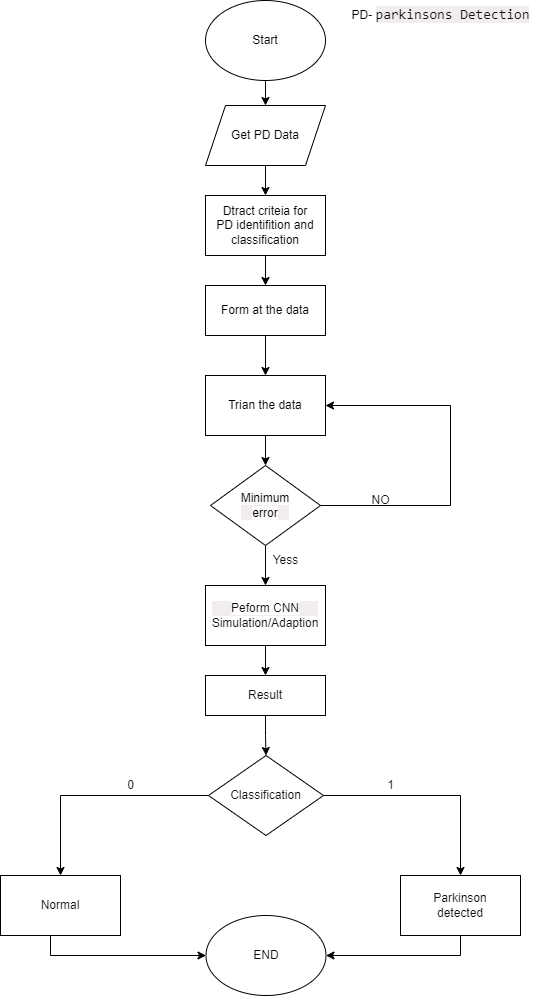
Above: perkinson Diagram.drawio.png in thesourabhk/finalYearProject (draw.io), before the change. Source tidied: cells renumbered, new cells last; positions are measured from the earlier drawing's top-left corner, leaving out a move shared by most shapes. Source of this version:
```xml
<mxGraphModel>
  <root>
    <mxCell id="0" />
    <mxCell id="1" parent="0" />
    <mxCell id="2" style="edgeStyle=orthogonalEdgeStyle;rounded=0;jettySize=auto;html=1;entryX=0.5;entryY=0;entryDx=0;entryDy=0;fontColor=#0d0d0d;" parent="1" edge="1" source="3" target="5">
      <mxGeometry relative="1" as="geometry" />
    </mxCell>
    <mxCell id="3" value="Start" style="ellipse;whiteSpace=wrap;html=1;" parent="1" vertex="1">
      <mxGeometry x="205" width="120" height="80" as="geometry" />
    </mxCell>
    <mxCell id="4" style="edgeStyle=orthogonalEdgeStyle;rounded=0;jettySize=auto;html=1;entryX=0.5;entryY=0;entryDx=0;entryDy=0;fontColor=#0d0d0d;" parent="1" edge="1" source="5" target="7">
      <mxGeometry relative="1" as="geometry" />
    </mxCell>
    <mxCell id="5" value="Get PD Data" style="shape=parallelogram;perimeter=parallelogramPerimeter;whiteSpace=wrap;html=1;fixedSize=1;" parent="1" vertex="1">
      <mxGeometry x="205" y="105" width="120" height="60" as="geometry" />
    </mxCell>
    <mxCell id="6" style="edgeStyle=orthogonalEdgeStyle;rounded=0;jettySize=auto;html=1;entryX=0.5;entryY=0;entryDx=0;entryDy=0;fontColor=#0d0d0d;" parent="1" edge="1" source="7" target="9">
      <mxGeometry relative="1" as="geometry" />
    </mxCell>
    <mxCell id="7" value="Dtract criteia for&lt;br&gt;PD identifition and&lt;br&gt;classification" style="rounded=0;whiteSpace=wrap;html=1;" parent="1" vertex="1">
      <mxGeometry x="205" y="195" width="120" height="60" as="geometry" />
    </mxCell>
    <mxCell id="8" style="edgeStyle=orthogonalEdgeStyle;rounded=0;jettySize=auto;html=1;entryX=0.5;entryY=0;entryDx=0;entryDy=0;fontColor=#0d0d0d;" parent="1" edge="1" source="9" target="11">
      <mxGeometry relative="1" as="geometry" />
    </mxCell>
    <mxCell id="9" value="Form at the data" style="rounded=0;whiteSpace=wrap;html=1;" parent="1" vertex="1">
      <mxGeometry x="205" y="285" width="120" height="50" as="geometry" />
    </mxCell>
    <mxCell id="10" style="edgeStyle=orthogonalEdgeStyle;rounded=0;jettySize=auto;html=1;entryX=0.5;entryY=0;entryDx=0;entryDy=0;fontColor=#0d0d0d;" parent="1" edge="1" source="11" target="15">
      <mxGeometry relative="1" as="geometry" />
    </mxCell>
    <mxCell id="11" value="Trian the data" style="rounded=0;whiteSpace=wrap;html=1;" parent="1" vertex="1">
      <mxGeometry x="205" y="375" width="120" height="60" as="geometry" />
    </mxCell>
    <mxCell id="12" value="PD-&amp;nbsp;&lt;span style=&quot;font-family: monospace, Consolas, &amp;quot;Courier New&amp;quot;, monospace; font-size: 14px; background-color: rgb(242, 237, 237);&quot;&gt;&lt;font color=&quot;#0d0d0d&quot;&gt;parkinsons Detection&lt;/font&gt;&lt;/span&gt;" style="text;html=1;align=center;verticalAlign=middle;strokeColor=none;fillColor=none;" parent="1" vertex="1">
      <mxGeometry x="340" width="200" height="30" as="geometry" />
    </mxCell>
    <mxCell id="13" style="edgeStyle=orthogonalEdgeStyle;rounded=0;jettySize=auto;html=1;fontColor=#0d0d0d;" parent="1" edge="1" source="15" target="11">
      <mxGeometry relative="1" as="geometry">
        <Array as="points">
          <mxPoint x="450" y="505" />
          <mxPoint x="450" y="405" />
        </Array>
      </mxGeometry>
    </mxCell>
    <mxCell id="14" style="edgeStyle=orthogonalEdgeStyle;rounded=0;jettySize=auto;html=1;entryX=0.5;entryY=0;entryDx=0;entryDy=0;fontColor=#0d0d0d;" parent="1" edge="1" source="15" target="18">
      <mxGeometry relative="1" as="geometry" />
    </mxCell>
    <mxCell id="15" value="&lt;span style=&quot;color: rgb(0, 0, 0); background-color: rgb(251, 251, 251);&quot;&gt;Minimum&lt;br&gt;error&lt;br&gt;&lt;/span&gt;" style="rhombus;whiteSpace=wrap;html=1;labelBackgroundColor=#f2eded;fontColor=#0d0d0d;" parent="1" vertex="1">
      <mxGeometry x="210" y="465" width="110" height="80" as="geometry" />
    </mxCell>
    <mxCell id="16" value="NO" style="text;html=1;align=center;verticalAlign=middle;strokeColor=none;fillColor=none;fontColor=#0d0d0d;" parent="1" vertex="1">
      <mxGeometry x="360" y="485" width="40" height="30" as="geometry" />
    </mxCell>
    <mxCell id="17" style="edgeStyle=orthogonalEdgeStyle;rounded=0;jettySize=auto;html=1;entryX=0.5;entryY=0;entryDx=0;entryDy=0;fontColor=#0d0d0d;" parent="1" edge="1" source="18" target="20">
      <mxGeometry relative="1" as="geometry" />
    </mxCell>
    <mxCell id="18" value="&lt;span style=&quot;background-color: rgb(255, 255, 255);&quot;&gt;Peform CNN&lt;br&gt;Simulation/Adaption&lt;br&gt;&lt;/span&gt;" style="rounded=0;whiteSpace=wrap;html=1;labelBackgroundColor=#f2eded;fontColor=#0d0d0d;" parent="1" vertex="1">
      <mxGeometry x="205" y="585" width="120" height="60" as="geometry" />
    </mxCell>
    <mxCell id="19" style="edgeStyle=orthogonalEdgeStyle;rounded=0;jettySize=auto;html=1;entryX=0.5;entryY=0;entryDx=0;entryDy=0;fontColor=#0d0d0d;" parent="1" edge="1" source="20" target="23">
      <mxGeometry relative="1" as="geometry" />
    </mxCell>
    <mxCell id="20" value="Result" style="rounded=0;whiteSpace=wrap;html=1;labelBackgroundColor=#FFFFFF;fontColor=#0d0d0d;" parent="1" vertex="1">
      <mxGeometry x="205" y="675" width="120" height="40" as="geometry" />
    </mxCell>
    <mxCell id="21" style="edgeStyle=orthogonalEdgeStyle;rounded=0;jettySize=auto;html=1;fontColor=#0d0d0d;entryX=0.5;entryY=0;entryDx=0;entryDy=0;" parent="1" edge="1" source="23" target="27">
      <mxGeometry relative="1" as="geometry">
        <Array as="points">
          <mxPoint x="60" y="795" />
        </Array>
      </mxGeometry>
    </mxCell>
    <mxCell id="22" style="edgeStyle=orthogonalEdgeStyle;rounded=0;jettySize=auto;html=1;fontColor=#0d0d0d;entryX=0.5;entryY=0;entryDx=0;entryDy=0;" parent="1" edge="1" source="23" target="25">
      <mxGeometry relative="1" as="geometry">
        <Array as="points">
          <mxPoint x="460" y="795" />
        </Array>
      </mxGeometry>
    </mxCell>
    <mxCell id="23" value="Classification" style="rhombus;whiteSpace=wrap;html=1;labelBackgroundColor=#FFFFFF;fontColor=#0d0d0d;" parent="1" vertex="1">
      <mxGeometry x="208" y="755" width="115" height="80" as="geometry" />
    </mxCell>
    <mxCell id="24" style="edgeStyle=orthogonalEdgeStyle;rounded=0;jettySize=auto;html=1;fontColor=#0d0d0d;entryX=1;entryY=0.5;entryDx=0;entryDy=0;" parent="1" edge="1" source="25" target="28">
      <mxGeometry relative="1" as="geometry">
        <Array as="points">
          <mxPoint x="460" y="955" />
        </Array>
      </mxGeometry>
    </mxCell>
    <mxCell id="25" value="Parkinson&lt;br&gt;detected" style="rounded=0;whiteSpace=wrap;html=1;labelBackgroundColor=#FFFFFF;fontColor=#0d0d0d;" parent="1" vertex="1">
      <mxGeometry x="400" y="875" width="120" height="60" as="geometry" />
    </mxCell>
    <mxCell id="26" style="edgeStyle=orthogonalEdgeStyle;rounded=0;jettySize=auto;html=1;fontColor=#0d0d0d;entryX=0;entryY=0.5;entryDx=0;entryDy=0;" parent="1" edge="1" source="27" target="28">
      <mxGeometry relative="1" as="geometry">
        <Array as="points">
          <mxPoint x="50" y="955" />
        </Array>
      </mxGeometry>
    </mxCell>
    <mxCell id="27" value="Normal" style="rounded=0;whiteSpace=wrap;html=1;labelBackgroundColor=#FFFFFF;fontColor=#0d0d0d;" parent="1" vertex="1">
      <mxGeometry y="875" width="120" height="60" as="geometry" />
    </mxCell>
    <mxCell id="28" value="END" style="ellipse;whiteSpace=wrap;html=1;labelBackgroundColor=#FFFFFF;fontColor=#0d0d0d;" parent="1" vertex="1">
      <mxGeometry x="205.5" y="915" width="120" height="80" as="geometry" />
    </mxCell>
    <mxCell id="29" value="0" style="text;html=1;align=center;verticalAlign=middle;strokeColor=none;fillColor=none;fontColor=#0d0d0d;" parent="1" vertex="1">
      <mxGeometry x="115" y="770" width="30" height="30" as="geometry" />
    </mxCell>
    <mxCell id="30" value="1" style="text;html=1;align=center;verticalAlign=middle;strokeColor=none;fillColor=none;fontColor=#0d0d0d;" parent="1" vertex="1">
      <mxGeometry x="375" y="770" width="30" height="30" as="geometry" />
    </mxCell>
    <mxCell id="31" value="Yess" style="text;html=1;align=center;verticalAlign=middle;strokeColor=none;fillColor=none;fontColor=#0d0d0d;" parent="1" vertex="1">
      <mxGeometry x="260" y="545" width="50" height="30" as="geometry" />
    </mxCell>
  </root>
</mxGraphModel>
```
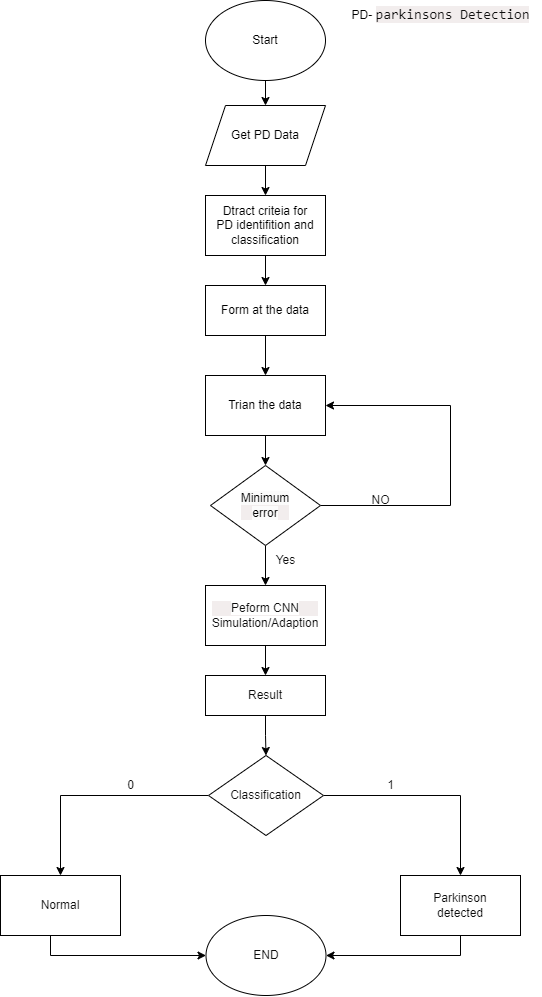
After the change.

Diff of the diagram source:
```diff
@@ -110,8 +110,8 @@
     <mxCell id="30" value="1" style="text;html=1;align=center;verticalAlign=middle;strokeColor=none;fillColor=none;fontColor=#0d0d0d;" parent="1" vertex="1">
       <mxGeometry x="375" y="770" width="30" height="30" as="geometry" />
     </mxCell>
-    <mxCell id="31" value="Yess" style="text;html=1;align=center;verticalAlign=middle;strokeColor=none;fillColor=none;fontColor=#0d0d0d;" parent="1" vertex="1">
-      <mxGeometry x="260" y="545" width="50" height="30" as="geometry" />
+    <mxCell id="31" value="Yes" style="text;html=1;align=center;verticalAlign=middle;strokeColor=none;fillColor=none;fontColor=#0d0d0d;" parent="1" vertex="1">
+      <mxGeometry x="265" y="545" width="40" height="30" as="geometry" />
     </mxCell>
   </root>
 </mxGraphModel>
```
